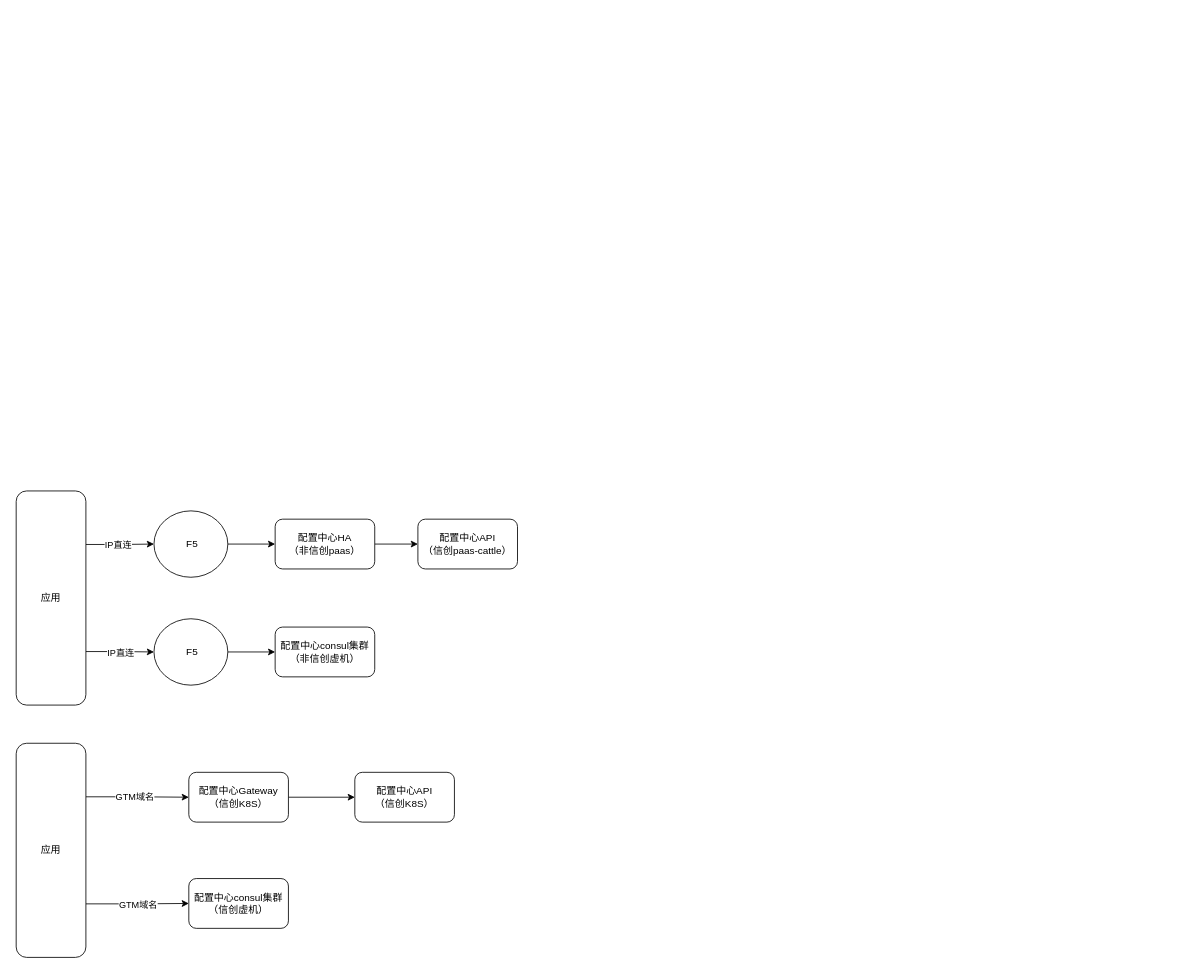
Earlier version of the draw.io diagram 配置中心虚机信创.drawio (pbxnn/draw). Source tidied: cells renumbered, new cells numbered last; positions are measured from the earlier drawing's top-left corner, leaving out a move shared by most shapes. Both pictures are drawn from the tidied source at 83%, with x=0, y=0 at pixel (16, 491).
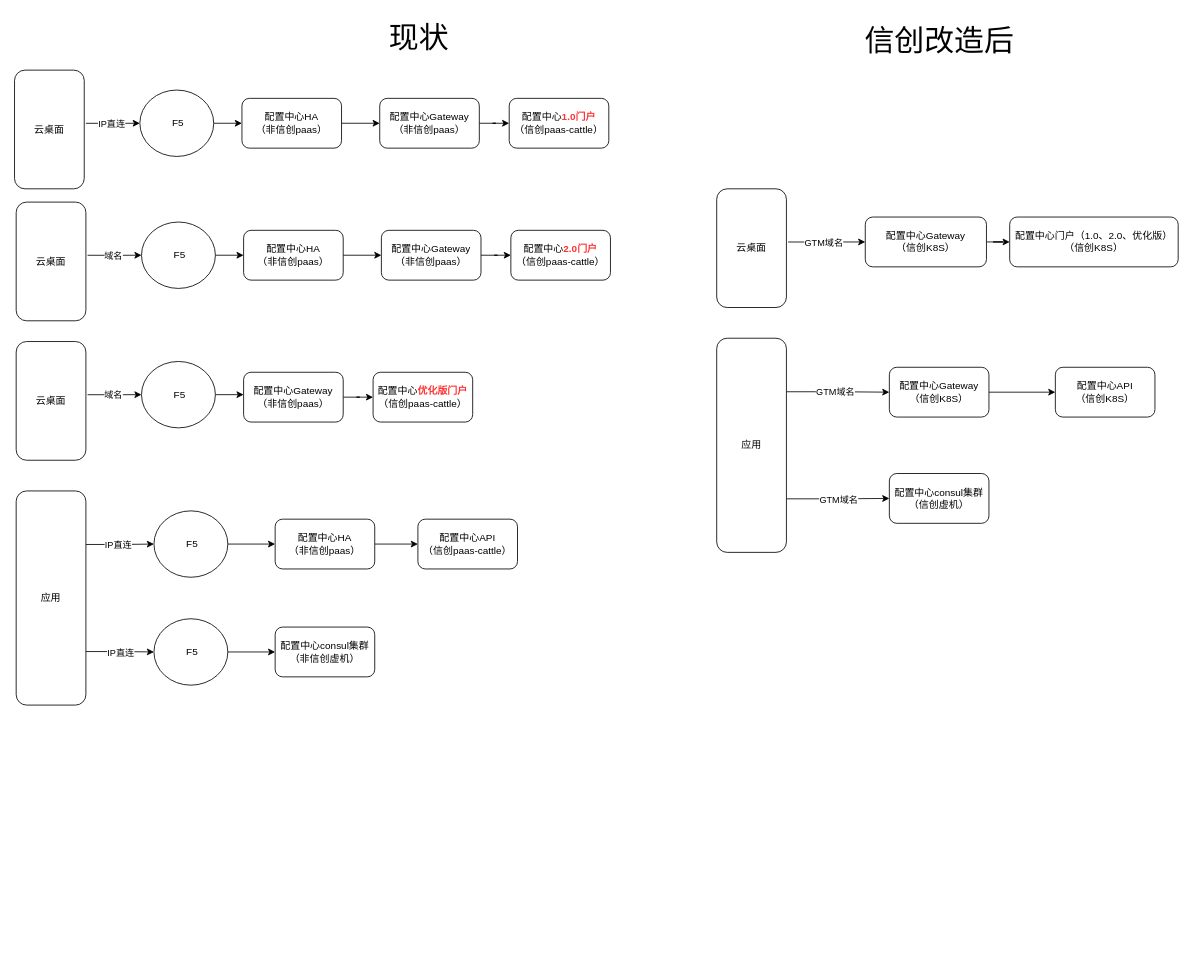
The same diagram, later.

Commit message:
更新配置中心虚机信创.drawio

Change to the diagram source:
```diff
@@
     <mxCell id="17" value="应用" style="rounded=1;whiteSpace=wrap;html=1;" parent="1" vertex="1">
-      <mxGeometry y="304" width="84" height="258" as="geometry" />
+      <mxGeometry x="844" y="-184" width="84" height="258" as="geometry" />
     </mxCell>
@@
     <mxCell id="19" value="配置中心Gateway&lt;div&gt;（信创K8S）&lt;/div&gt;" style="rounded=1;whiteSpace=wrap;html=1;" parent="1" vertex="1">
-      <mxGeometry x="208" y="339" width="120" height="60" as="geometry" />
+      <mxGeometry x="1052" y="-149" width="120" height="60" as="geometry" />
     </mxCell>
     <mxCell id="20" value="配置中心consul集群&lt;div&gt;（信创虚机）&lt;/div&gt;" style="rounded=1;whiteSpace=wrap;html=1;" parent="1" vertex="1">
-      <mxGeometry x="208" y="467" width="120" height="60" as="geometry" />
+      <mxGeometry x="1052" y="-21" width="120" height="60" as="geometry" />
     </mxCell>
     <mxCell id="21" value="配置中心API&lt;div&gt;（信创K8S）&lt;/div&gt;" style="whiteSpace=wrap;html=1;rounded=1;" parent="1" vertex="1">
-      <mxGeometry x="408" y="339" width="120" height="60" as="geometry" />
+      <mxGeometry x="1252" y="-149" width="120" height="60" as="geometry" />
     </mxCell>
@@
+    <mxCell id="24" style="edgeStyle=orthogonalEdgeStyle;rounded=0;jettySize=auto;html=1;exitX=1.024;exitY=0.448;exitDx=0;exitDy=0;entryX=0;entryY=0.5;entryDx=0;entryDy=0;exitPerimeter=0;" parent="1" edge="1" source="26" target="28">
+      <mxGeometry relative="1" as="geometry" />
+    </mxCell>
+    <mxCell id="25" value="IP直连" style="edgeLabel;html=1;align=center;verticalAlign=middle;" parent="24" vertex="1">
+      <mxGeometry x="-0.07" y="1" relative="1" as="geometry">
+        <mxPoint y="1" as="offset" />
+      </mxGeometry>
+    </mxCell>
+    <mxCell id="26" value="云桌面" style="rounded=1;whiteSpace=wrap;html=1;" parent="1" vertex="1">
+      <mxGeometry x="-2" y="-507" width="84" height="143" as="geometry" />
+    </mxCell>
+    <mxCell id="27" style="edgeStyle=orthogonalEdgeStyle;rounded=0;jettySize=auto;html=1;exitX=1;exitY=0.5;exitDx=0;exitDy=0;entryX=0;entryY=0.5;entryDx=0;entryDy=0;" parent="1" edge="1" source="28" target="30">
+      <mxGeometry relative="1" as="geometry" />
+    </mxCell>
+    <mxCell id="28" value="&amp;nbsp;F5" style="ellipse;whiteSpace=wrap;html=1;" parent="1" vertex="1">
+      <mxGeometry x="149" y="-483" width="89" height="80" as="geometry" />
+    </mxCell>
+    <mxCell id="29" style="edgeStyle=orthogonalEdgeStyle;rounded=0;jettySize=auto;html=1;" parent="1" edge="1" source="30" target="33">
+      <mxGeometry relative="1" as="geometry" />
+    </mxCell>
+    <mxCell id="30" value="配置中心HA&lt;br&gt;（非信创paas）" style="rounded=1;whiteSpace=wrap;html=1;" parent="1" vertex="1">
+      <mxGeometry x="272" y="-473" width="120" height="60" as="geometry" />
+    </mxCell>
+    <mxCell id="31" value="配置中心&lt;b&gt;&lt;font color=&quot;#ff3333&quot;&gt;1.0门户&lt;/font&gt;&lt;/b&gt;&lt;div&gt;（信创paas-cattle）&lt;/div&gt;" style="whiteSpace=wrap;html=1;rounded=1;" parent="1" vertex="1">
+      <mxGeometry x="594" y="-473" width="120" height="60" as="geometry" />
+    </mxCell>
+    <mxCell id="32" style="edgeStyle=orthogonalEdgeStyle;rounded=0;jettySize=auto;html=1;" parent="1" edge="1" source="33" target="31">
+      <mxGeometry relative="1" as="geometry" />
+    </mxCell>
+    <mxCell id="33" value="配置中心Gateway&lt;br&gt;（非信创paas）" style="rounded=1;whiteSpace=wrap;html=1;" parent="1" vertex="1">
+      <mxGeometry x="438" y="-473" width="120" height="60" as="geometry" />
+    </mxCell>
+    <mxCell id="34" style="edgeStyle=orthogonalEdgeStyle;rounded=0;jettySize=auto;html=1;exitX=1.024;exitY=0.448;exitDx=0;exitDy=0;entryX=0;entryY=0.5;entryDx=0;entryDy=0;exitPerimeter=0;" parent="1" edge="1" source="36" target="38">
+      <mxGeometry relative="1" as="geometry" />
+    </mxCell>
+    <mxCell id="35" value="域名" style="edgeLabel;html=1;align=center;verticalAlign=middle;" parent="34" vertex="1">
+      <mxGeometry x="-0.07" y="1" relative="1" as="geometry">
+        <mxPoint y="1" as="offset" />
+      </mxGeometry>
+    </mxCell>
+    <mxCell id="36" value="云桌面" style="rounded=1;whiteSpace=wrap;html=1;" parent="1" vertex="1">
+      <mxGeometry y="-348" width="84" height="143" as="geometry" />
+    </mxCell>
+    <mxCell id="37" style="edgeStyle=orthogonalEdgeStyle;rounded=0;jettySize=auto;html=1;exitX=1;exitY=0.5;exitDx=0;exitDy=0;entryX=0;entryY=0.5;entryDx=0;entryDy=0;" parent="1" edge="1" source="38" target="40">
+      <mxGeometry relative="1" as="geometry" />
+    </mxCell>
+    <mxCell id="38" value="&amp;nbsp;F5" style="ellipse;whiteSpace=wrap;html=1;" parent="1" vertex="1">
+      <mxGeometry x="151" y="-324" width="89" height="80" as="geometry" />
+    </mxCell>
+    <mxCell id="39" style="edgeStyle=orthogonalEdgeStyle;rounded=0;jettySize=auto;html=1;" parent="1" edge="1" source="40" target="43">
+      <mxGeometry relative="1" as="geometry" />
+    </mxCell>
+    <mxCell id="40" value="配置中心HA&lt;br&gt;（非信创paas）" style="rounded=1;whiteSpace=wrap;html=1;" parent="1" vertex="1">
+      <mxGeometry x="274" y="-314" width="120" height="60" as="geometry" />
+    </mxCell>
+    <mxCell id="41" value="配置中心&lt;b&gt;&lt;font color=&quot;#ff3333&quot;&gt;2.0门户&lt;/font&gt;&lt;/b&gt;&lt;div&gt;（信创paas-cattle）&lt;/div&gt;" style="whiteSpace=wrap;html=1;rounded=1;" parent="1" vertex="1">
+      <mxGeometry x="596" y="-314" width="120" height="60" as="geometry" />
+    </mxCell>
+    <mxCell id="42" style="edgeStyle=orthogonalEdgeStyle;rounded=0;jettySize=auto;html=1;" parent="1" edge="1" source="43" target="41">
+      <mxGeometry relative="1" as="geometry" />
+    </mxCell>
+    <mxCell id="43" value="配置中心Gateway&lt;br&gt;（非信创paas）" style="rounded=1;whiteSpace=wrap;html=1;" parent="1" vertex="1">
+      <mxGeometry x="440" y="-314" width="120" height="60" as="geometry" />
+    </mxCell>
+    <mxCell id="44" style="edgeStyle=orthogonalEdgeStyle;rounded=0;jettySize=auto;html=1;exitX=1.024;exitY=0.448;exitDx=0;exitDy=0;entryX=0;entryY=0.5;entryDx=0;entryDy=0;exitPerimeter=0;" parent="1" edge="1" source="46" target="48">
+      <mxGeometry relative="1" as="geometry" />
+    </mxCell>
+    <mxCell id="45" value="域名" style="edgeLabel;html=1;align=center;verticalAlign=middle;" parent="44" vertex="1">
+      <mxGeometry x="-0.07" y="1" relative="1" as="geometry">
+        <mxPoint y="1" as="offset" />
+      </mxGeometry>
+    </mxCell>
+    <mxCell id="46" value="云桌面" style="rounded=1;whiteSpace=wrap;html=1;" parent="1" vertex="1">
+      <mxGeometry y="-180" width="84" height="143" as="geometry" />
+    </mxCell>
+    <mxCell id="47" style="edgeStyle=orthogonalEdgeStyle;rounded=0;jettySize=auto;html=1;exitX=1;exitY=0.5;exitDx=0;exitDy=0;entryX=0;entryY=0.5;entryDx=0;entryDy=0;" parent="1" edge="1" source="48">
+      <mxGeometry relative="1" as="geometry">
+        <mxPoint x="274" y="-116" as="targetPoint" />
+      </mxGeometry>
+    </mxCell>
+    <mxCell id="48" value="&amp;nbsp;F5" style="ellipse;whiteSpace=wrap;html=1;" parent="1" vertex="1">
+      <mxGeometry x="151" y="-156" width="89" height="80" as="geometry" />
+    </mxCell>
+    <mxCell id="49" value="配置中心&lt;b&gt;&lt;font color=&quot;#ff3333&quot;&gt;优化版门户&lt;/font&gt;&lt;/b&gt;&lt;div&gt;（信创paas-cattle）&lt;/div&gt;" style="whiteSpace=wrap;html=1;rounded=1;" parent="1" vertex="1">
+      <mxGeometry x="430" y="-143" width="120" height="60" as="geometry" />
+    </mxCell>
+    <mxCell id="50" style="edgeStyle=orthogonalEdgeStyle;rounded=0;jettySize=auto;html=1;" parent="1" edge="1" source="51" target="49">
+      <mxGeometry relative="1" as="geometry" />
+    </mxCell>
+    <mxCell id="51" value="配置中心Gateway&lt;br&gt;（非信创paas）" style="rounded=1;whiteSpace=wrap;html=1;" parent="1" vertex="1">
+      <mxGeometry x="274" y="-143" width="120" height="60" as="geometry" />
+    </mxCell>
+    <mxCell id="52" style="edgeStyle=orthogonalEdgeStyle;rounded=0;jettySize=auto;html=1;exitX=1.024;exitY=0.448;exitDx=0;exitDy=0;entryX=0;entryY=0.5;entryDx=0;entryDy=0;exitPerimeter=0;" parent="1" edge="1" source="54" target="56">
+      <mxGeometry relative="1" as="geometry" />
+    </mxCell>
+    <mxCell id="53" value="GTM域名" style="edgeLabel;html=1;align=center;verticalAlign=middle;" parent="52" vertex="1">
+      <mxGeometry x="-0.16" relative="1" as="geometry">
+        <mxPoint x="3" as="offset" />
+      </mxGeometry>
+    </mxCell>
+    <mxCell id="54" value="云桌面" style="rounded=1;whiteSpace=wrap;html=1;" parent="1" vertex="1">
+      <mxGeometry x="844" y="-364" width="84" height="143" as="geometry" />
+    </mxCell>
+    <mxCell id="55" style="edgeStyle=orthogonalEdgeStyle;rounded=0;jettySize=auto;html=1;" parent="1" edge="1" source="56" target="57">
+      <mxGeometry relative="1" as="geometry" />
+    </mxCell>
+    <mxCell id="56" value="配置中心Gateway&lt;div&gt;（信创K8S）&lt;/div&gt;" style="rounded=1;whiteSpace=wrap;html=1;" parent="1" vertex="1">
+      <mxGeometry x="1023" y="-330" width="146" height="60" as="geometry" />
+    </mxCell>
+    <mxCell id="57" value="配置中心门户（1.0、2.0、优化版）&lt;div&gt;（信创K8S）&lt;/div&gt;" style="whiteSpace=wrap;html=1;rounded=1;" parent="1" vertex="1">
+      <mxGeometry x="1197" y="-330" width="203" height="60" as="geometry" />
+    </mxCell>
+    <mxCell id="58" value="&lt;font style=&quot;font-size: 36px;&quot;&gt;现状&lt;/font&gt;" style="text;html=1;align=center;verticalAlign=middle;strokeColor=none;fillColor=none;" parent="1" vertex="1">
+      <mxGeometry x="440" y="-574" width="90" height="55" as="geometry" />
+    </mxCell>
+    <mxCell id="59" value="&lt;span style=&quot;font-size: 36px;&quot;&gt;信创改造后&lt;/span&gt;" style="text;html=1;align=center;verticalAlign=middle;strokeColor=none;fillColor=none;" parent="1" vertex="1">
+      <mxGeometry x="1013" y="-571" width="198" height="55" as="geometry" />
+    </mxCell>
```
